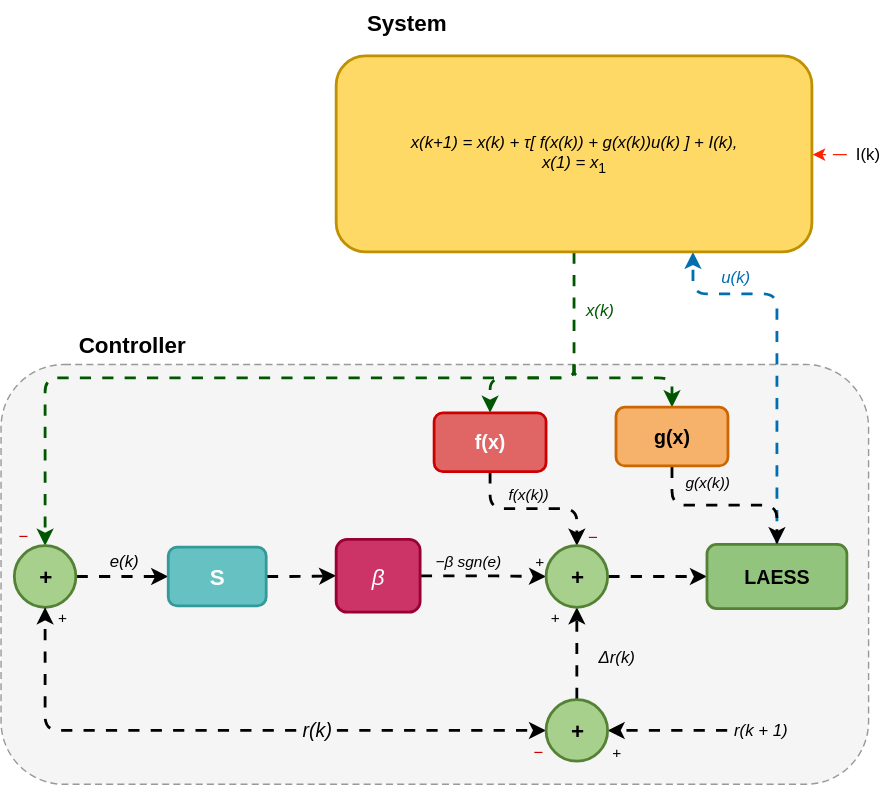
Earlier version of the draw.io export research-vault/Research Journal/Paper/figures/images/attacked-system.svg (ablassejr/tracking-control-network). Source tidied: cells renumbered, new cells last; positions are measured from the earlier drawing's top-left corner, leaving out a move shared by most shapes.
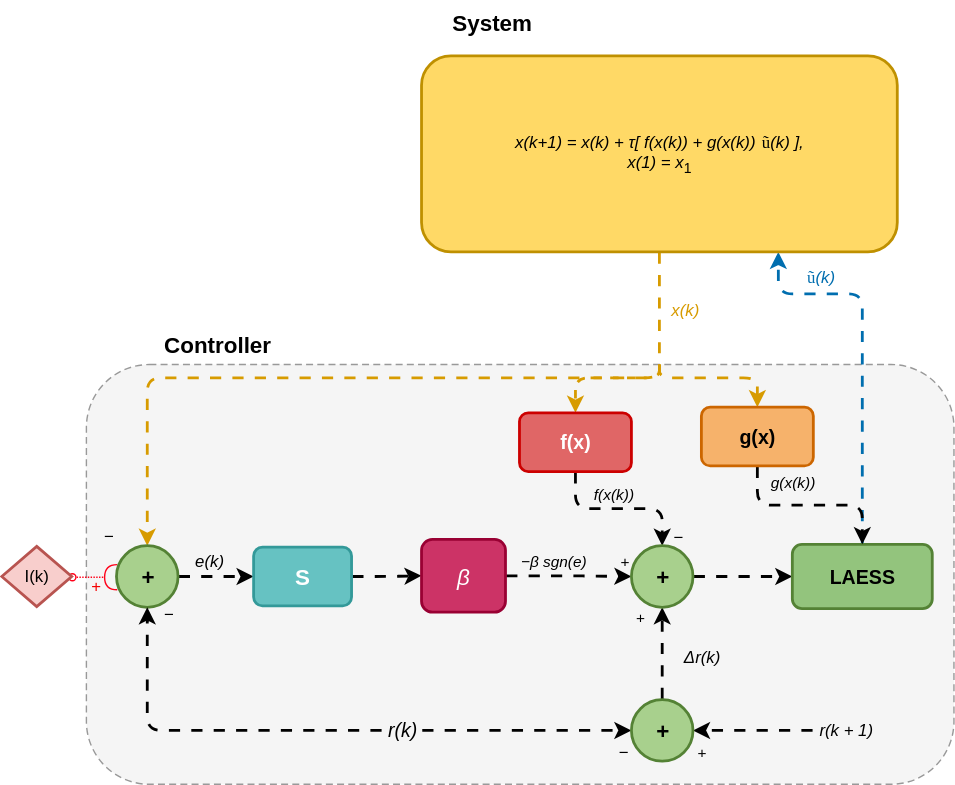
After the commit.

The edit, as a diff of the source:
```diff
@@ -34,28 +34,33 @@
     <mxCell id="10" style="edgeStyle=orthogonalEdgeStyle;rounded=1;html=1;strokeWidth=2;fontFamily=Helvetica;endArrow=classic;endFill=1;exitX=0.5;exitY=1;exitDx=0;exitDy=0;entryX=0.5;entryY=0;entryDx=0;entryDy=0;flowAnimation=1;" parent="1" edge="1" source="21" target="18">
       <mxGeometry relative="1" as="geometry" />
     </mxCell>
-    <mxCell id="11" style="edgeStyle=orthogonalEdgeStyle;rounded=1;jettySize=auto;html=1;endArrow=none;endFill=0;strokeWidth=2;fillColor=#008a00;strokeColor=#005700;flowAnimation=1;" parent="1" edge="1" source="13">
+    <mxCell id="11" style="edgeStyle=orthogonalEdgeStyle;rounded=1;jettySize=auto;html=1;endArrow=none;endFill=0;strokeWidth=2;fillColor=#ffe6cc;strokeColor=#d79b00;flowAnimation=1;" parent="1" edge="1" source="13">
       <mxGeometry relative="1" as="geometry">
         <mxPoint x="410" y="260" as="targetPoint" />
       </mxGeometry>
     </mxCell>
-    <mxCell id="12" style="edgeStyle=orthogonalEdgeStyle;rounded=0;jettySize=auto;html=1;flowAnimation=1;strokeWidth=1;strokeColor=#FF2100;" parent="1" edge="1" source="46" target="13">
-      <mxGeometry relative="1" as="geometry" />
-    </mxCell>
-    <mxCell id="13" value="&lt;i style=&quot;line-height: 100%;&quot;&gt;x(k+1) = x(k) + τ[ f(x(k)) + g(x(k))u(k) ] + I(k),&lt;/i&gt;&lt;br&gt;&lt;i&gt;x(1) = x&lt;/i&gt;&lt;sub&gt;1&lt;/sub&gt;" style="rounded=1;whiteSpace=wrap;html=1;fontFamily=Helvetica;fontSize=12;fillColor=#FFD966;strokeColor=#BF9000;strokeWidth=2;" parent="1" vertex="1">
+    <mxCell id="13" value="&lt;span&gt;&lt;i style=&quot;line-height: 100%;&quot;&gt;x(k+1) = x(k) + τ[ f(x(k)) + g(x(k))&lt;span style=&quot;font-size: 16px;&quot;&gt;&amp;nbsp;&lt;/span&gt;&lt;span style=&quot;font-family: pplxSerif, pplxSerif, ui-serif, Georgia, Cambria, &amp;quot;Hiragino Mincho ProN&amp;quot;, &amp;quot;Yu Mincho&amp;quot;, &amp;quot;Songti SC&amp;quot;, SimSun, &amp;quot;Songti TC&amp;quot;, PMingLiU, &amp;quot;Songti TC&amp;quot;, MingLiU_HKSCS, &amp;quot;Songti TC&amp;quot;, PMingLiU, AppleMyungjo, Batang, serif; font-style: normal; text-align: start;&quot;&gt;&lt;font&gt;ũ&lt;/font&gt;&lt;/span&gt;(k) ],&lt;/i&gt;&lt;br&gt;&lt;i style=&quot;&quot;&gt;x(1) = x&lt;/i&gt;&lt;sub style=&quot;&quot;&gt;1&lt;/sub&gt;&lt;/span&gt;" style="rounded=1;whiteSpace=wrap;html=1;fontFamily=Helvetica;fontSize=12;fillColor=#FFD966;strokeColor=#BF9000;strokeWidth=2;fontColor=default;" parent="1" vertex="1">
       <mxGeometry x="240" y="40" width="340" height="140" as="geometry" />
     </mxCell>
-    <mxCell id="14" style="edgeStyle=orthogonalEdgeStyle;rounded=1;jettySize=auto;html=1;flowAnimation=1;fillColor=#008a00;strokeColor=#005700;strokeWidth=2;" parent="1" edge="1" target="15">
+    <mxCell id="14" style="edgeStyle=orthogonalEdgeStyle;rounded=1;jettySize=auto;html=1;flowAnimation=1;fillColor=#ffe6cc;strokeColor=#d79b00;strokeWidth=2;" parent="1" edge="1" target="15">
       <mxGeometry relative="1" as="geometry">
         <mxPoint x="410" y="260" as="sourcePoint" />
         <Array as="points">
           <mxPoint x="410" y="270" />
-          <mxPoint x="32" y="270" />
+          <mxPoint x="44" y="270" />
         </Array>
       </mxGeometry>
     </mxCell>
+    <mxCell id="47" style="edgeStyle=orthogonalEdgeStyle;rounded=0;jettySize=auto;html=1;curved=0;endArrow=halfCircle;endFill=0;startArrow=oval;startFill=0;startSize=5;dashed=1;dashPattern=1 1;flowAnimation=1;strokeWidth=1;endSize=7;fontColor=#FF0000;strokeColor=#FF0019;" parent="1" edge="1" source="46" target="15">
+      <mxGeometry relative="1" as="geometry">
+        <Array as="points">
+          <mxPoint x="10" y="412" />
+          <mxPoint x="10" y="412" />
+        </Array>
+      </mxGeometry>
+    </mxCell>
     <mxCell id="15" value="+" style="ellipse;html=1;fontFamily=Helvetica;fontSize=16;fillColor=#A8D08D;strokeColor=#548235;strokeWidth=2;align=center;verticalAlign=middle;fontStyle=1;rounded=1;" parent="1" vertex="1">
-      <mxGeometry x="10" y="390" width="44" height="44" as="geometry" />
+      <mxGeometry x="22" y="390" width="44" height="44" as="geometry" />
     </mxCell>
     <mxCell id="16" value="&lt;b&gt;S&lt;/b&gt;" style="rounded=1;whiteSpace=wrap;html=1;fontFamily=Helvetica;fontSize=16;fillColor=#66C2C2;strokeColor=#339999;strokeWidth=2;fontColor=#FFFFFF;" parent="1" vertex="1">
       <mxGeometry x="120" y="391" width="70" height="42" as="geometry" />
@@ -69,7 +74,7 @@
     <mxCell id="19" value="&lt;b&gt;LAESS&lt;/b&gt;" style="rounded=1;whiteSpace=wrap;html=1;fontFamily=Helvetica;fontSize=14;fillColor=#93C47D;strokeColor=#548235;strokeWidth=2;" parent="1" vertex="1">
       <mxGeometry x="505" y="389" width="100" height="46" as="geometry" />
     </mxCell>
-    <mxCell id="20" style="edgeStyle=orthogonalEdgeStyle;rounded=1;jettySize=auto;html=1;strokeWidth=2;fillColor=#008a00;strokeColor=#005700;flowAnimation=1;" parent="1" edge="1" target="21">
+    <mxCell id="20" style="edgeStyle=orthogonalEdgeStyle;rounded=1;jettySize=auto;html=1;strokeWidth=2;fillColor=#ffe6cc;strokeColor=#d79b00;flowAnimation=1;dashed=1;" parent="1" edge="1" target="21">
       <mxGeometry relative="1" as="geometry">
         <mxPoint x="410" y="260" as="sourcePoint" />
         <Array as="points">
@@ -81,7 +86,7 @@
     <mxCell id="21" value="&lt;b&gt;f(x)&lt;/b&gt;" style="rounded=1;whiteSpace=wrap;html=1;fontFamily=Helvetica;fontSize=14;fillColor=#E06666;strokeColor=#CC0000;strokeWidth=2;fontColor=#FFFFFF;" parent="1" vertex="1">
       <mxGeometry x="310" y="295" width="80" height="42" as="geometry" />
     </mxCell>
-    <mxCell id="22" style="edgeStyle=orthogonalEdgeStyle;rounded=1;jettySize=auto;html=1;strokeWidth=2;fillColor=#008a00;strokeColor=#005700;flowAnimation=1;" parent="1" edge="1" target="24">
+    <mxCell id="22" style="edgeStyle=orthogonalEdgeStyle;rounded=1;jettySize=auto;html=1;strokeWidth=2;fillColor=#ffe6cc;strokeColor=#d79b00;flowAnimation=1;" parent="1" edge="1" target="24">
       <mxGeometry relative="1" as="geometry">
         <mxPoint x="410" y="260" as="sourcePoint" />
         <Array as="points">
@@ -131,16 +136,16 @@
     <mxCell id="34" value="&lt;i&gt;g(x(k))&lt;/i&gt;" style="text;html=1;align=center;verticalAlign=middle;fontFamily=Helvetica;fontSize=11;fontColor=default;rounded=1;" parent="1" vertex="1">
       <mxGeometry x="480" y="337" width="50" height="16" as="geometry" />
     </mxCell>
-    <mxCell id="35" value="&lt;i&gt;u(k)&lt;/i&gt;" style="text;html=1;align=center;verticalAlign=middle;fontFamily=Helvetica;fontSize=12;fontColor=light-dark(#006EAF,#028FCC);rounded=1;" parent="1" vertex="1">
+    <mxCell id="35" value="&lt;i style=&quot;text-wrap-mode: wrap; line-height: 12px;&quot;&gt;&lt;span style=&quot;font-family: pplxSerif, pplxSerif, ui-serif, Georgia, Cambria, &amp;quot;Hiragino Mincho ProN&amp;quot;, &amp;quot;Yu Mincho&amp;quot;, &amp;quot;Songti SC&amp;quot;, SimSun, &amp;quot;Songti TC&amp;quot;, PMingLiU, &amp;quot;Songti TC&amp;quot;, MingLiU_HKSCS, &amp;quot;Songti TC&amp;quot;, PMingLiU, AppleMyungjo, Batang, serif; font-style: normal; text-align: start;&quot;&gt;ũ&lt;/span&gt;&lt;/i&gt;&lt;i&gt;(k)&lt;/i&gt;" style="text;html=1;align=center;verticalAlign=middle;fontFamily=Helvetica;fontSize=12;fontColor=light-dark(#006EAF,#028FCC);rounded=1;" parent="1" vertex="1">
       <mxGeometry x="507" y="190" width="35" height="16" as="geometry" />
     </mxCell>
-    <mxCell id="36" value="&lt;i&gt;x(k)&lt;/i&gt;" style="text;html=1;align=center;verticalAlign=middle;fontFamily=Helvetica;fontSize=12;rounded=1;fontColor=light-dark(#005700,#66FFB3);" parent="1" vertex="1">
+    <mxCell id="36" value="&lt;i&gt;x(k)&lt;/i&gt;" style="text;html=1;align=center;verticalAlign=middle;fontFamily=Helvetica;fontSize=12;rounded=1;fillColor=none;strokeColor=none;fontColor=light-dark(#D79B00,#D79B00);" parent="1" vertex="1">
       <mxGeometry x="410.5" y="214" width="35" height="16" as="geometry" />
     </mxCell>
     <mxCell id="37" value="+" style="text;html=1;align=center;verticalAlign=middle;fontFamily=Helvetica;fontSize=11;rounded=1;" parent="1" vertex="1">
       <mxGeometry x="40" y="437.5" width="8" height="7" as="geometry" />
     </mxCell>
-    <mxCell id="38" value="−" style="text;html=1;align=center;verticalAlign=middle;fontFamily=Helvetica;fontSize=12;fontColor=#CC0000;rounded=1;" parent="1" vertex="1">
+    <mxCell id="38" value="−" style="text;html=1;align=center;verticalAlign=middle;fontFamily=Helvetica;fontSize=12;fontColor=#000000;rounded=1;" parent="1" vertex="1">
       <mxGeometry x="10" y="377" width="12" height="12" as="geometry" />
     </mxCell>
     <mxCell id="39" value="+" style="text;html=1;align=center;verticalAlign=middle;fontFamily=Helvetica;fontSize=11;rounded=1;" parent="1" vertex="1">
@@ -149,13 +154,13 @@
     <mxCell id="40" value="+" style="text;html=1;align=center;verticalAlign=middle;fontFamily=Helvetica;fontSize=11;rounded=1;" parent="1" vertex="1">
       <mxGeometry x="390" y="435" width="12" height="12" as="geometry" />
     </mxCell>
-    <mxCell id="41" value="−" style="text;html=1;align=center;verticalAlign=middle;fontFamily=Helvetica;fontSize=12;fontColor=#CC0000;rounded=1;" parent="1" vertex="1">
+    <mxCell id="41" value="−" style="text;html=1;align=center;verticalAlign=middle;fontFamily=Helvetica;fontSize=12;fontColor=#000000;rounded=1;" parent="1" vertex="1">
       <mxGeometry x="417" y="378" width="12" height="12" as="geometry" />
     </mxCell>
     <mxCell id="42" value="+" style="ellipse;html=1;fontFamily=Helvetica;fontSize=16;fillColor=#A8D08D;strokeColor=#548235;strokeWidth=2;align=center;verticalAlign=middle;fontStyle=1;rounded=1;" parent="1" vertex="1">
       <mxGeometry x="390" y="500" width="44" height="44" as="geometry" />
     </mxCell>
-    <mxCell id="43" value="−" style="text;html=1;align=center;verticalAlign=middle;fontFamily=Helvetica;fontSize=12;fontColor=#CC0000;rounded=1;" parent="1" vertex="1">
+    <mxCell id="43" value="−" style="text;html=1;align=center;verticalAlign=middle;fontFamily=Helvetica;fontSize=12;fontColor=#000000;rounded=1;" parent="1" vertex="1">
       <mxGeometry x="378" y="532" width="12" height="12" as="geometry" />
     </mxCell>
     <mxCell id="44" value="+" style="text;html=1;align=center;verticalAlign=middle;fontFamily=Helvetica;fontSize=11;rounded=1;" parent="1" vertex="1">
@@ -164,8 +169,14 @@
     <mxCell id="45" value="&lt;i&gt;Δr(k)&lt;/i&gt;" style="text;html=1;align=center;verticalAlign=middle;fontFamily=Helvetica;fontSize=12;fontColor=default;rounded=1;" parent="1" vertex="1">
       <mxGeometry x="417" y="462" width="45" height="16" as="geometry" />
     </mxCell>
-    <mxCell id="46" value="I(k)" style="rhombus;whiteSpace=wrap;html=1;fillColor=none;strokeColor=#b85450;rounded=0;strokeWidth=2;opacity=0;" parent="1" vertex="1">
-      <mxGeometry x="605" y="95" width="30" height="30" as="geometry" />
+    <mxCell id="46" value="I(k)" style="rhombus;whiteSpace=wrap;html=1;fillColor=#f8cecc;strokeColor=#b85450;rounded=0;strokeWidth=2;" parent="1" vertex="1">
+      <mxGeometry x="-60" y="390.5" width="50" height="43" as="geometry" />
     </mxCell>
+    <mxCell id="48" value="&lt;font&gt;+&lt;/font&gt;" style="text;html=1;align=center;verticalAlign=middle;fontFamily=Helvetica;fontSize=12;fontColor=#F50000;rounded=1;strokeWidth=1;labelBackgroundColor=none;" parent="1" vertex="1">
+      <mxGeometry x="-8" y="404" width="30" height="30" as="geometry" />
+    </mxCell>
+    <mxCell id="49" value="−" style="text;html=1;align=center;verticalAlign=middle;fontFamily=Helvetica;fontSize=12;fontColor=#000000;rounded=1;arcSize=50;" parent="1" vertex="1">
+      <mxGeometry x="53" y="433" width="12" height="12" as="geometry" />
+    </mxCell>
   </root>
 </mxGraphModel>
```
